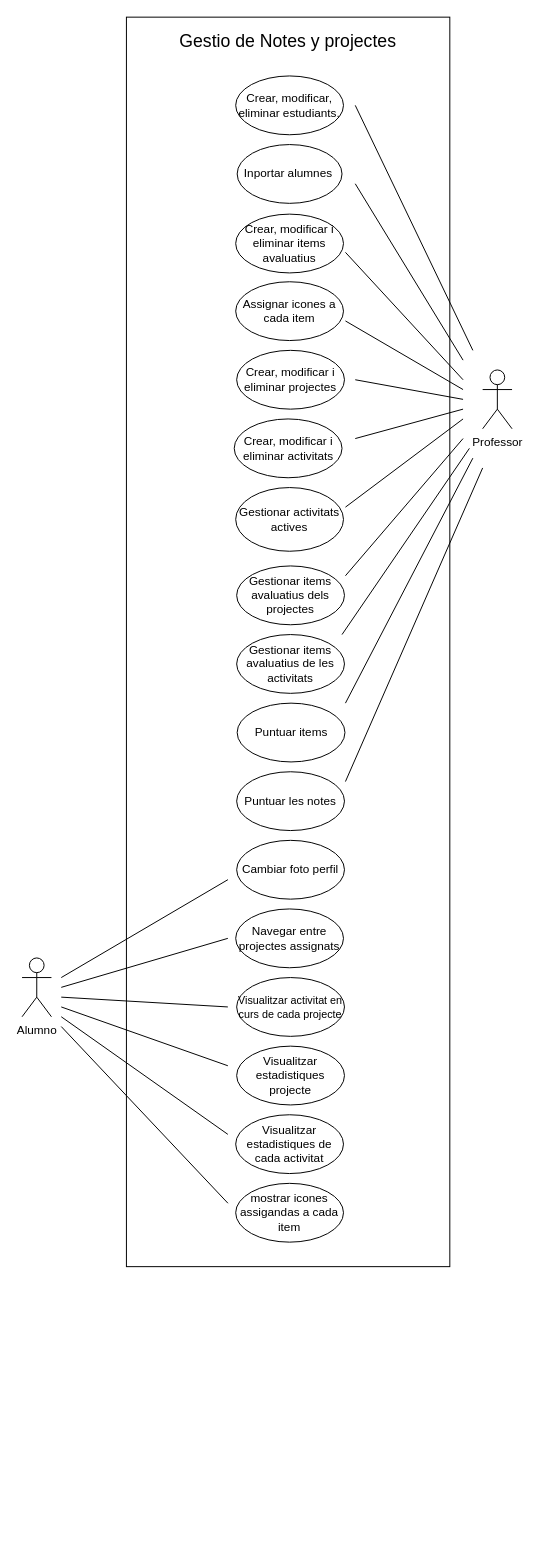
The draw.io diagram Micro02-UML.drawio in MiguelGallardoRevaliente/Micro02, before the edit. Source tidied: cells renumbered, new cells numbered last; positions are measured from the earlier drawing's top-left corner, leaving out a move shared by most shapes. Both pictures are drawn from the tidied source at 98%, with x=0, y=0 at pixel (22, 17).
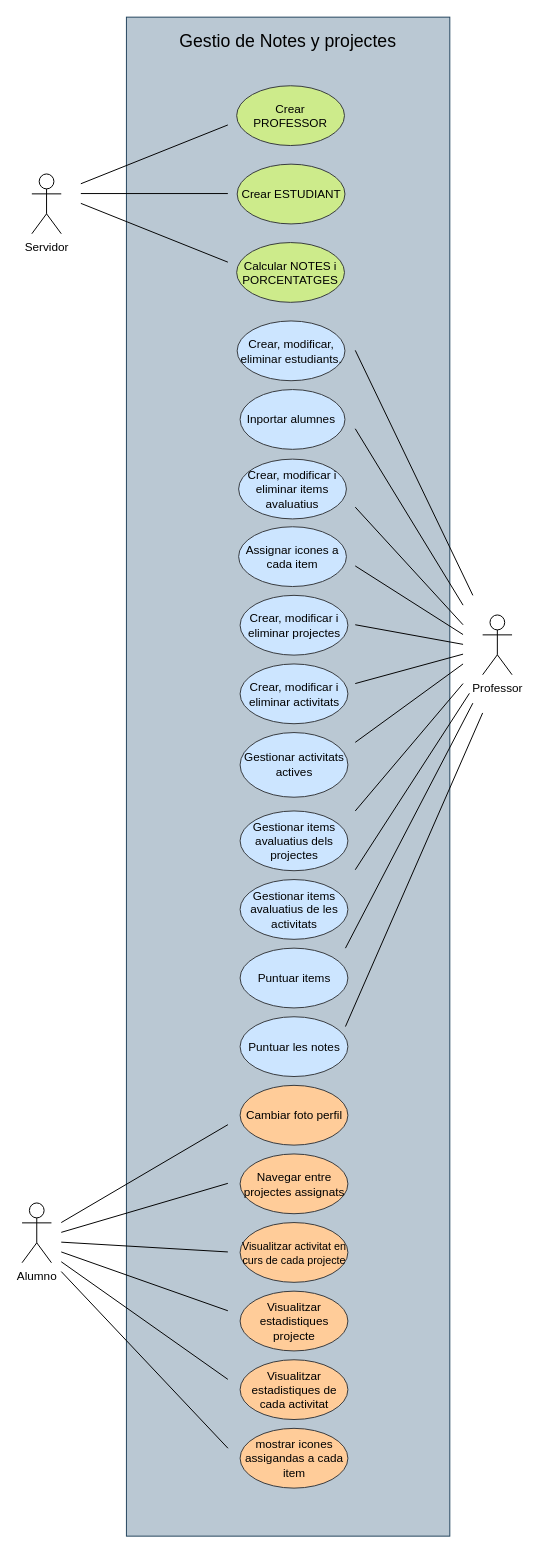
Above is the later version.

The edit, as a diff of the source:
```diff
@@
-    <mxCell id="2" style="rounded=0;whiteSpace=wrap;html=1;" parent="1" vertex="1">
-      <mxGeometry x="106.5" width="330" height="1275" as="geometry" />
+    <mxCell id="2" style="rounded=0;whiteSpace=wrap;html=1;fillColor=#bac8d3;strokeColor=#23445d;" parent="1" vertex="1">
+      <mxGeometry x="106.5" width="330" height="1550" as="geometry" />
     </mxCell>
     <mxCell id="3" value="Professor" style="shape=umlActor;verticalLabelPosition=bottom;verticalAlign=top;html=1;" parent="1" vertex="1">
-      <mxGeometry x="470" y="360" width="30" height="60" as="geometry" />
+      <mxGeometry x="470" y="610" width="30" height="61" as="geometry" />
     </mxCell>
     <mxCell id="4" value="Alumno" style="shape=umlActor;verticalLabelPosition=bottom;verticalAlign=top;html=1;" parent="1" vertex="1">
-      <mxGeometry y="960" width="30" height="60" as="geometry" />
+      <mxGeometry y="1210" width="30" height="61" as="geometry" />
     </mxCell>
@@
-    <mxCell id="6" value="Crear, modificar, eliminar estudiants." style="ellipse;whiteSpace=wrap;html=1;" parent="1" vertex="1">
-      <mxGeometry x="218" y="60" width="110" height="60" as="geometry" />
+    <mxCell id="6" value="Crear, modificar, eliminar estudiants." style="ellipse;whiteSpace=wrap;html=1;fillColor=#cce5ff;strokeColor=#36393d;" parent="1" vertex="1">
+      <mxGeometry x="219.5" y="310" width="110" height="61" as="geometry" />
     </mxCell>
-    <mxCell id="7" value="Inportar alumnes&amp;nbsp;" style="ellipse;whiteSpace=wrap;html=1;" parent="1" vertex="1">
-      <mxGeometry x="219.5" y="130" width="107" height="60" as="geometry" />
+    <mxCell id="7" value="Inportar alumnes&amp;nbsp;" style="ellipse;whiteSpace=wrap;html=1;fillColor=#cce5ff;strokeColor=#36393d;" parent="1" vertex="1">
+      <mxGeometry x="222.5" y="380" width="107" height="61" as="geometry" />
     </mxCell>
-    <mxCell id="8" value="Crear, modificar i eliminar items avaluatius" style="ellipse;whiteSpace=wrap;html=1;" parent="1" vertex="1">
-      <mxGeometry x="218" y="201" width="110" height="60" as="geometry" />
+    <mxCell id="8" value="Crear, modificar i eliminar items avaluatius" style="ellipse;whiteSpace=wrap;html=1;fillColor=#cce5ff;strokeColor=#36393d;" parent="1" vertex="1">
+      <mxGeometry x="221" y="451" width="110" height="61" as="geometry" />
     </mxCell>
-    <mxCell id="9" value="Assignar icones a cada item" style="ellipse;whiteSpace=wrap;html=1;" parent="1" vertex="1">
-      <mxGeometry x="218" y="270" width="110" height="60" as="geometry" />
+    <mxCell id="9" value="Assignar icones a cada item" style="ellipse;whiteSpace=wrap;html=1;fillColor=#cce5ff;strokeColor=#36393d;" parent="1" vertex="1">
+      <mxGeometry x="221" y="520" width="110" height="61" as="geometry" />
     </mxCell>
-    <mxCell id="10" value="Crear, modificar i eliminar projectes" style="ellipse;whiteSpace=wrap;html=1;" parent="1" vertex="1">
-      <mxGeometry x="219" y="340" width="110" height="60" as="geometry" />
+    <mxCell id="10" value="Crear, modificar i eliminar projectes" style="ellipse;whiteSpace=wrap;html=1;fillColor=#cce5ff;strokeColor=#36393d;" parent="1" vertex="1">
+      <mxGeometry x="222.5" y="590" width="110" height="61" as="geometry" />
     </mxCell>
-    <mxCell id="11" value="Crear, modificar i eliminar activitats" style="ellipse;whiteSpace=wrap;html=1;" parent="1" vertex="1">
-      <mxGeometry x="216.5" y="410" width="110" height="60" as="geometry" />
+    <mxCell id="11" value="Crear, modificar i eliminar activitats" style="ellipse;whiteSpace=wrap;html=1;fillColor=#cce5ff;strokeColor=#36393d;" parent="1" vertex="1">
+      <mxGeometry x="222.5" y="660" width="110" height="61" as="geometry" />
     </mxCell>
-    <mxCell id="12" value="Gestionar activitats actives" style="ellipse;whiteSpace=wrap;html=1;" parent="1" vertex="1">
-      <mxGeometry x="218" y="480" width="110" height="65" as="geometry" />
+    <mxCell id="12" value="Gestionar activitats actives" style="ellipse;whiteSpace=wrap;html=1;fillColor=#cce5ff;strokeColor=#36393d;" parent="1" vertex="1">
+      <mxGeometry x="222.5" y="730" width="110" height="66" as="geometry" />
     </mxCell>
-    <mxCell id="13" value="Gestionar items avaluatius dels projectes" style="ellipse;whiteSpace=wrap;html=1;" parent="1" vertex="1">
-      <mxGeometry x="219" y="560" width="110" height="60" as="geometry" />
+    <mxCell id="13" value="Gestionar items avaluatius dels projectes" style="ellipse;whiteSpace=wrap;html=1;fillColor=#cce5ff;strokeColor=#36393d;" parent="1" vertex="1">
+      <mxGeometry x="222.5" y="810" width="110" height="61" as="geometry" />
     </mxCell>
-    <mxCell id="14" value="Gestionar items avaluatius de les activitats" style="ellipse;whiteSpace=wrap;html=1;" parent="1" vertex="1">
-      <mxGeometry x="219" y="630" width="110" height="60" as="geometry" />
+    <mxCell id="14" value="Gestionar items avaluatius de les activitats" style="ellipse;whiteSpace=wrap;html=1;fillColor=#cce5ff;strokeColor=#36393d;" parent="1" vertex="1">
+      <mxGeometry x="222.5" y="880" width="110" height="61" as="geometry" />
     </mxCell>
-    <mxCell id="15" value="Puntuar items" style="ellipse;whiteSpace=wrap;html=1;" parent="1" vertex="1">
-      <mxGeometry x="219.5" y="700" width="110" height="60" as="geometry" />
+    <mxCell id="15" value="Puntuar items" style="ellipse;whiteSpace=wrap;html=1;fillColor=#cce5ff;strokeColor=#36393d;" parent="1" vertex="1">
+      <mxGeometry x="222.5" y="950" width="110" height="61" as="geometry" />
     </mxCell>
-    <mxCell id="16" value="Puntuar les notes" style="ellipse;whiteSpace=wrap;html=1;" parent="1" vertex="1">
-      <mxGeometry x="219" y="770" width="110" height="60" as="geometry" />
+    <mxCell id="16" value="Puntuar les notes" style="ellipse;whiteSpace=wrap;html=1;fillColor=#cce5ff;strokeColor=#36393d;" parent="1" vertex="1">
+      <mxGeometry x="222.5" y="1020" width="110" height="61" as="geometry" />
     </mxCell>
-    <mxCell id="17" value="Cambiar foto perfil" style="ellipse;whiteSpace=wrap;html=1;" parent="1" vertex="1">
-      <mxGeometry x="219" y="840" width="110" height="60" as="geometry" />
+    <mxCell id="17" value="Cambiar foto perfil" style="ellipse;whiteSpace=wrap;html=1;fillColor=#ffcc99;strokeColor=#36393d;" parent="1" vertex="1">
+      <mxGeometry x="222.5" y="1090" width="110" height="61" as="geometry" />
     </mxCell>
-    <mxCell id="18" value="Navegar entre projectes assignats" style="ellipse;whiteSpace=wrap;html=1;" parent="1" vertex="1">
-      <mxGeometry x="218" y="910" width="110" height="60" as="geometry" />
+    <mxCell id="18" value="Navegar entre projectes assignats" style="ellipse;whiteSpace=wrap;html=1;fillColor=#ffcc99;strokeColor=#36393d;" parent="1" vertex="1">
+      <mxGeometry x="222.5" y="1160" width="110" height="61" as="geometry" />
     </mxCell>
-    <mxCell id="19" value="&lt;font style=&quot;font-size: 11px;&quot;&gt;Visualitzar activitat en curs de cada projecte&lt;/font&gt;" style="ellipse;whiteSpace=wrap;html=1;" parent="1" vertex="1">
-      <mxGeometry x="219" y="980" width="110" height="60" as="geometry" />
+    <mxCell id="19" value="&lt;font style=&quot;font-size: 11px;&quot;&gt;Visualitzar activitat en curs de cada projecte&lt;/font&gt;" style="ellipse;whiteSpace=wrap;html=1;fillColor=#ffcc99;strokeColor=#36393d;" parent="1" vertex="1">
+      <mxGeometry x="222.5" y="1230" width="110" height="61" as="geometry" />
     </mxCell>
-    <mxCell id="20" value="Visualitzar estadistiques projecte" style="ellipse;whiteSpace=wrap;html=1;" parent="1" vertex="1">
-      <mxGeometry x="219" y="1050" width="110" height="60" as="geometry" />
+    <mxCell id="20" value="Visualitzar estadistiques projecte" style="ellipse;whiteSpace=wrap;html=1;fillColor=#ffcc99;strokeColor=#36393d;" parent="1" vertex="1">
+      <mxGeometry x="222.5" y="1300" width="110" height="61" as="geometry" />
     </mxCell>
-    <mxCell id="21" value="Visualitzar estadistiques de cada activitat" style="ellipse;whiteSpace=wrap;html=1;" parent="1" vertex="1">
-      <mxGeometry x="218" y="1120" width="110" height="60" as="geometry" />
+    <mxCell id="21" value="Visualitzar estadistiques de cada activitat" style="ellipse;whiteSpace=wrap;html=1;fillColor=#ffcc99;strokeColor=#36393d;" parent="1" vertex="1">
+      <mxGeometry x="222.5" y="1370" width="110" height="61" as="geometry" />
     </mxCell>
-    <mxCell id="22" value="mostrar icones assigandas a cada item" style="ellipse;whiteSpace=wrap;html=1;" parent="1" vertex="1">
-      <mxGeometry x="218" y="1190" width="110" height="60" as="geometry" />
+    <mxCell id="22" value="mostrar icones assigandas a cada item" style="ellipse;whiteSpace=wrap;html=1;fillColor=#ffcc99;strokeColor=#36393d;" parent="1" vertex="1">
+      <mxGeometry x="222.5" y="1440" width="110" height="61" as="geometry" />
     </mxCell>
     <mxCell id="23" style="endArrow=none;html=1;rounded=0;entryX=0.344;entryY=0.693;entryDx=0;entryDy=0;entryPerimeter=0;" parent="1" edge="1">
       <mxGeometry relative="1" as="geometry">
-        <mxPoint x="40" y="980" as="sourcePoint" />
-        <mxPoint x="210.1" y="880.1" as="targetPoint" />
+        <mxPoint x="40" y="1230" as="sourcePoint" />
+        <mxPoint x="210.1" y="1130.1" as="targetPoint" />
       </mxGeometry>
     </mxCell>
     <mxCell id="24" style="endArrow=none;html=1;rounded=0;" parent="1" edge="1">
       <mxGeometry relative="1" as="geometry">
-        <mxPoint x="40" y="990" as="sourcePoint" />
-        <mxPoint x="210" y="940" as="targetPoint" />
+        <mxPoint x="40" y="1240" as="sourcePoint" />
+        <mxPoint x="210" y="1190" as="targetPoint" />
       </mxGeometry>
     </mxCell>
     <mxCell id="25" style="endArrow=none;html=1;rounded=0;" parent="1" edge="1">
       <mxGeometry relative="1" as="geometry">
-        <mxPoint x="40" y="1000" as="sourcePoint" />
-        <mxPoint x="210" y="1010" as="targetPoint" />
+        <mxPoint x="40" y="1250" as="sourcePoint" />
+        <mxPoint x="210" y="1260" as="targetPoint" />
       </mxGeometry>
     </mxCell>
     <mxCell id="26" style="endArrow=none;html=1;rounded=0;" parent="1" edge="1">
       <mxGeometry relative="1" as="geometry">
-        <mxPoint x="210" y="1070" as="sourcePoint" />
-        <mxPoint x="40" y="1010" as="targetPoint" />
+        <mxPoint x="210" y="1320" as="sourcePoint" />
+        <mxPoint x="40" y="1260" as="targetPoint" />
       </mxGeometry>
     </mxCell>
     <mxCell id="27" style="endArrow=none;html=1;rounded=0;" parent="1" edge="1">
       <mxGeometry relative="1" as="geometry">
-        <mxPoint x="40" y="1020" as="sourcePoint" />
-        <mxPoint x="210" y="1140" as="targetPoint" />
+        <mxPoint x="40" y="1270" as="sourcePoint" />
+        <mxPoint x="210" y="1390" as="targetPoint" />
       </mxGeometry>
     </mxCell>
     <mxCell id="28" style="endArrow=none;html=1;rounded=0;exitX=0.344;exitY=0.953;exitDx=0;exitDy=0;exitPerimeter=0;" parent="1" edge="1">
       <mxGeometry relative="1" as="geometry">
-        <mxPoint x="210.1" y="1210.3" as="sourcePoint" />
-        <mxPoint x="40" y="1030" as="targetPoint" />
+        <mxPoint x="210.1" y="1460.3" as="sourcePoint" />
+        <mxPoint x="40" y="1280" as="targetPoint" />
       </mxGeometry>
     </mxCell>
     <mxCell id="29" style="endArrow=none;html=1;rounded=0;" parent="1" edge="1">
       <mxGeometry relative="1" as="geometry">
-        <mxPoint x="340" y="90" as="sourcePoint" />
-        <mxPoint x="460" y="340" as="targetPoint" />
+        <mxPoint x="340" y="340" as="sourcePoint" />
+        <mxPoint x="460" y="590" as="targetPoint" />
       </mxGeometry>
     </mxCell>
     <mxCell id="30" style="endArrow=none;html=1;rounded=0;" parent="1" edge="1">
       <mxGeometry relative="1" as="geometry">
-        <mxPoint x="340" y="170" as="sourcePoint" />
-        <mxPoint x="450" y="350" as="targetPoint" />
+        <mxPoint x="340" y="420" as="sourcePoint" />
+        <mxPoint x="450" y="600" as="targetPoint" />
       </mxGeometry>
     </mxCell>
     <mxCell id="31" style="endArrow=none;html=1;rounded=0;" parent="1" edge="1">
       <mxGeometry relative="1" as="geometry">
-        <mxPoint x="330" y="240" as="sourcePoint" />
-        <mxPoint x="450" y="370" as="targetPoint" />
+        <mxPoint x="340" y="500" as="sourcePoint" />
+        <mxPoint x="450" y="620" as="targetPoint" />
       </mxGeometry>
     </mxCell>
     <mxCell id="32" style="endArrow=none;html=1;rounded=0;" parent="1" edge="1">
       <mxGeometry relative="1" as="geometry">
-        <mxPoint x="330" y="310" as="sourcePoint" />
-        <mxPoint x="450" y="380" as="targetPoint" />
+        <mxPoint x="340" y="560" as="sourcePoint" />
+        <mxPoint x="450" y="630" as="targetPoint" />
       </mxGeometry>
     </mxCell>
     <mxCell id="33" style="endArrow=none;html=1;rounded=0;" parent="1" edge="1">
       <mxGeometry relative="1" as="geometry">
-        <mxPoint x="340" y="370" as="sourcePoint" />
-        <mxPoint x="450" y="390" as="targetPoint" />
+        <mxPoint x="340" y="620" as="sourcePoint" />
+        <mxPoint x="450" y="640" as="targetPoint" />
       </mxGeometry>
     </mxCell>
     <mxCell id="34" style="endArrow=none;html=1;rounded=0;" parent="1" edge="1">
       <mxGeometry relative="1" as="geometry">
-        <mxPoint x="340" y="430" as="sourcePoint" />
-        <mxPoint x="450" y="400" as="targetPoint" />
+        <mxPoint x="340" y="680" as="sourcePoint" />
+        <mxPoint x="450" y="650" as="targetPoint" />
       </mxGeometry>
     </mxCell>
     <mxCell id="35" style="endArrow=none;html=1;rounded=0;" parent="1" edge="1">
       <mxGeometry relative="1" as="geometry">
-        <mxPoint x="330" y="500" as="sourcePoint" />
-        <mxPoint x="450" y="410" as="targetPoint" />
+        <mxPoint x="340" y="740" as="sourcePoint" />
+        <mxPoint x="450" y="660" as="targetPoint" />
       </mxGeometry>
     </mxCell>
     <mxCell id="36" style="endArrow=none;html=1;rounded=0;" parent="1" edge="1">
       <mxGeometry relative="1" as="geometry">
-        <mxPoint x="330" y="570" as="sourcePoint" />
-        <mxPoint x="450" y="430" as="targetPoint" />
+        <mxPoint x="340" y="810" as="sourcePoint" />
+        <mxPoint x="450" y="680" as="targetPoint" />
       </mxGeometry>
     </mxCell>
     <mxCell id="37" style="endArrow=none;html=1;rounded=0;" parent="1" edge="1">
       <mxGeometry relative="1" as="geometry">
-        <mxPoint x="326.5" y="630" as="sourcePoint" />
-        <mxPoint x="456.5" y="440" as="targetPoint" />
+        <mxPoint x="340" y="870" as="sourcePoint" />
+        <mxPoint x="456.5" y="690" as="targetPoint" />
       </mxGeometry>
     </mxCell>
     <mxCell id="38" style="endArrow=none;html=1;rounded=0;" parent="1" edge="1">
       <mxGeometry relative="1" as="geometry">
-        <mxPoint x="330" y="700" as="sourcePoint" />
-        <mxPoint x="460" y="450" as="targetPoint" />
+        <mxPoint x="330" y="950" as="sourcePoint" />
+        <mxPoint x="460" y="700" as="targetPoint" />
       </mxGeometry>
     </mxCell>
     <mxCell id="39" style="endArrow=none;html=1;rounded=0;" parent="1" edge="1">
       <mxGeometry relative="1" as="geometry">
-        <mxPoint x="330" y="780" as="sourcePoint" />
-        <mxPoint x="470" y="460" as="targetPoint" />
+        <mxPoint x="330" y="1030" as="sourcePoint" />
+        <mxPoint x="470" y="710" as="targetPoint" />
       </mxGeometry>
     </mxCell>
+    <mxCell id="40" value="Servidor" style="shape=umlActor;verticalLabelPosition=bottom;verticalAlign=top;html=1;" parent="1" vertex="1">
+      <mxGeometry x="10" y="160" width="30" height="61" as="geometry" />
+    </mxCell>
+    <mxCell id="41" value="Crear PROFESSOR" style="ellipse;whiteSpace=wrap;html=1;fillColor=#cdeb8b;strokeColor=#36393d;" parent="1" vertex="1">
+      <mxGeometry x="219" y="70" width="110" height="61" as="geometry" />
+    </mxCell>
+    <mxCell id="42" value="Crear ESTUDIANT" style="ellipse;whiteSpace=wrap;html=1;fillColor=#cdeb8b;strokeColor=#36393d;" parent="1" vertex="1">
+      <mxGeometry x="219.5" y="150" width="110" height="61" as="geometry" />
+    </mxCell>
+    <mxCell id="43" style="endArrow=none;html=1;rounded=0;" parent="1" edge="1">
+      <mxGeometry relative="1" as="geometry">
+        <mxPoint x="60" y="170" as="sourcePoint" />
+        <mxPoint x="210" y="110" as="targetPoint" />
+      </mxGeometry>
+    </mxCell>
+    <mxCell id="44" style="endArrow=none;html=1;rounded=0;" parent="1" edge="1">
+      <mxGeometry relative="1" as="geometry">
+        <mxPoint x="60" y="180" as="sourcePoint" />
+        <mxPoint x="210" y="180" as="targetPoint" />
+      </mxGeometry>
+    </mxCell>
+    <mxCell id="45" value="Calcular NOTES i PORCENTATGES" style="ellipse;whiteSpace=wrap;html=1;fillColor=#cdeb8b;strokeColor=#36393d;" parent="1" vertex="1">
+      <mxGeometry x="219" y="230" width="110" height="61" as="geometry" />
+    </mxCell>
+    <mxCell id="46" style="endArrow=none;html=1;rounded=0;" parent="1" edge="1">
+      <mxGeometry relative="1" as="geometry">
+        <mxPoint x="60" y="190" as="sourcePoint" />
+        <mxPoint x="210" y="250" as="targetPoint" />
+      </mxGeometry>
+    </mxCell>
```
